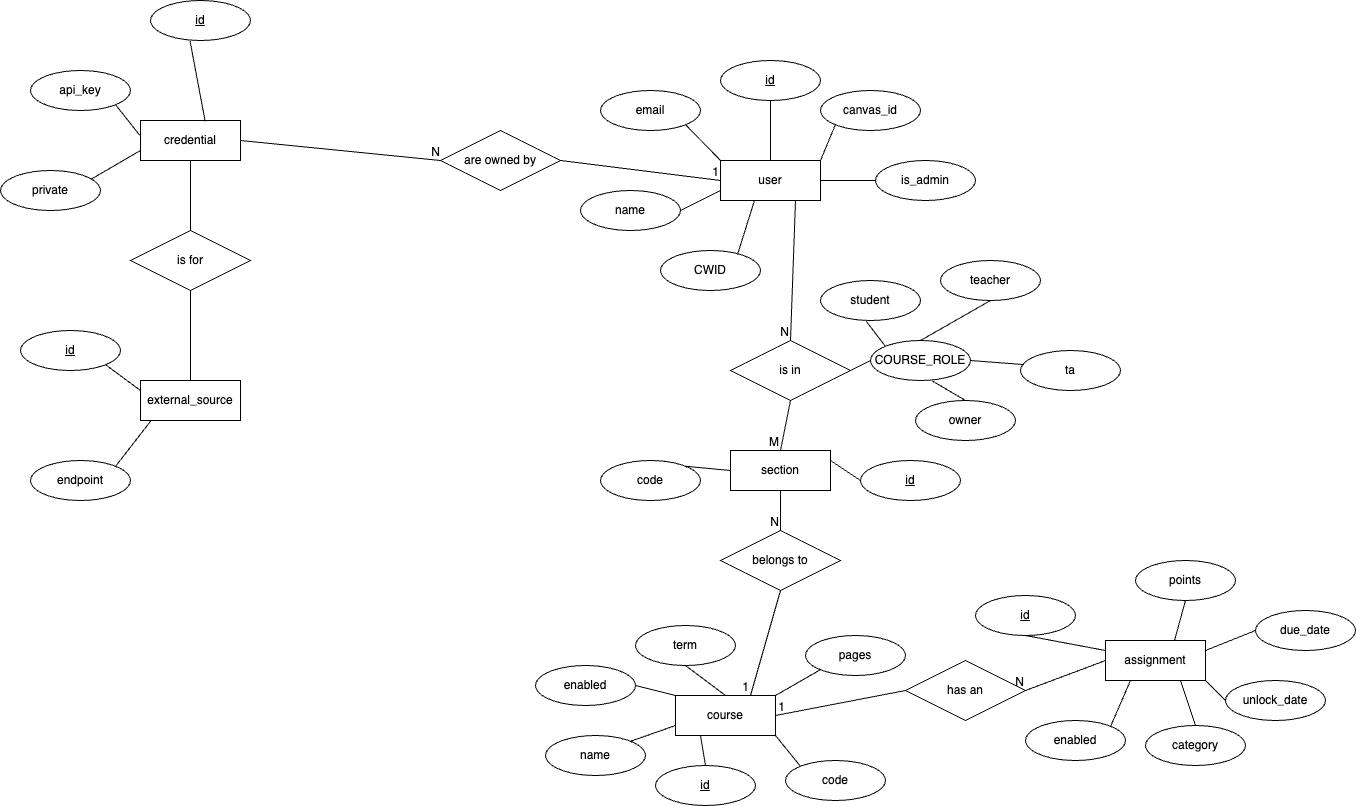
Earlier version of the draw.io export docs/erd/erd.drawio.png (CSCI128/packtrain). Source tidied: cells renumbered, new cells last; positions are measured from the earlier drawing's top-left corner, leaving out a move shared by most shapes.
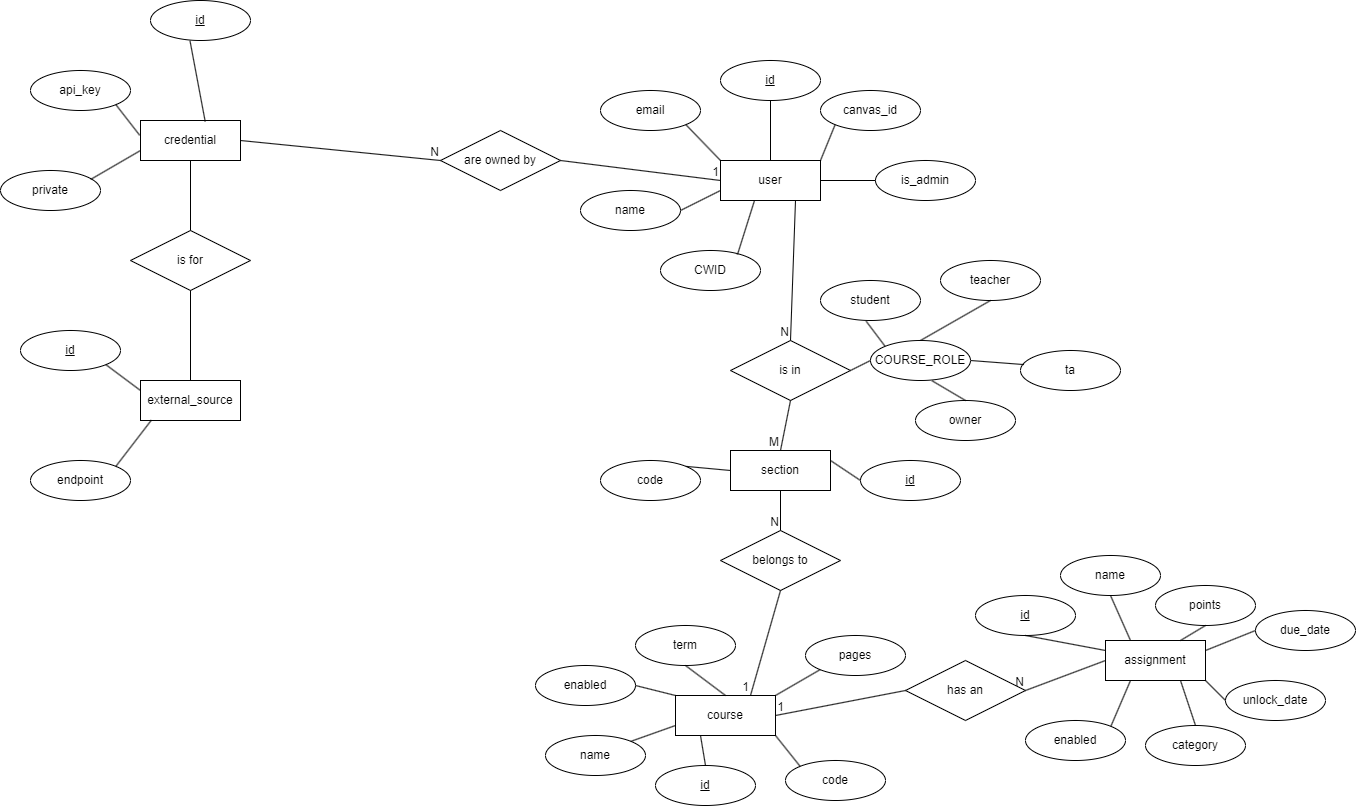
Later version of the same file.

What changed in the source:
```diff
@@ -168,7 +168,7 @@
       <mxGeometry x="1225" y="680" width="100" height="40" as="geometry" />
     </mxCell>
     <mxCell id="57" value="points" style="ellipse;whiteSpace=wrap;html=1;align=center;" parent="1" vertex="1">
-      <mxGeometry x="1135" y="560" width="100" height="40" as="geometry" />
+      <mxGeometry x="1155" y="585" width="100" height="40" as="geometry" />
     </mxCell>
     <mxCell id="58" style="endArrow=none;html=1;rounded=0;exitX=0.75;exitY=1;exitDx=0;exitDy=0;entryX=0.5;entryY=0;entryDx=0;entryDy=0;" parent="1" edge="1" source="34" target="55">
       <mxGeometry relative="1" as="geometry" />
@@ -176,7 +176,7 @@
     <mxCell id="59" style="endArrow=none;html=1;rounded=0;exitX=0;exitY=0.25;exitDx=0;exitDy=0;entryX=0.5;entryY=1;entryDx=0;entryDy=0;" parent="1" edge="1" source="34" target="53">
       <mxGeometry relative="1" as="geometry" />
     </mxCell>
-    <mxCell id="60" style="endArrow=none;html=1;rounded=0;exitX=0.69;exitY=0;exitDx=0;exitDy=0;entryX=0.5;entryY=1;entryDx=0;entryDy=0;exitPerimeter=0;" parent="1" edge="1" source="34" target="57">
+    <mxCell id="60" style="endArrow=none;html=1;rounded=0;exitX=0.75;exitY=0;exitDx=0;exitDy=0;entryX=0.5;entryY=1;entryDx=0;entryDy=0;" parent="1" edge="1" source="34" target="57">
       <mxGeometry relative="1" as="geometry" />
     </mxCell>
     <mxCell id="61" style="endArrow=none;html=1;rounded=0;exitX=0;exitY=0.5;exitDx=0;exitDy=0;entryX=1;entryY=0.25;entryDx=0;entryDy=0;" parent="1" edge="1" source="54" target="34">
@@ -271,5 +271,11 @@
     <mxCell id="90" style="endArrow=none;html=1;rounded=0;exitX=1;exitY=0.5;exitDx=0;exitDy=0;entryX=0;entryY=0.5;entryDx=0;entryDy=0;" parent="1" edge="1" source="2" target="89">
       <mxGeometry relative="1" as="geometry" />
     </mxCell>
+    <mxCell id="91" value="name" style="ellipse;whiteSpace=wrap;html=1;align=center;" parent="1" vertex="1">
+      <mxGeometry x="1060" y="555" width="100" height="40" as="geometry" />
+    </mxCell>
+    <mxCell id="92" style="endArrow=none;html=1;rounded=0;exitX=0.25;exitY=0;exitDx=0;exitDy=0;entryX=0.5;entryY=1;entryDx=0;entryDy=0;" parent="1" edge="1" source="34" target="91">
+      <mxGeometry relative="1" as="geometry" />
+    </mxCell>
   </root>
 </mxGraphModel>
```
